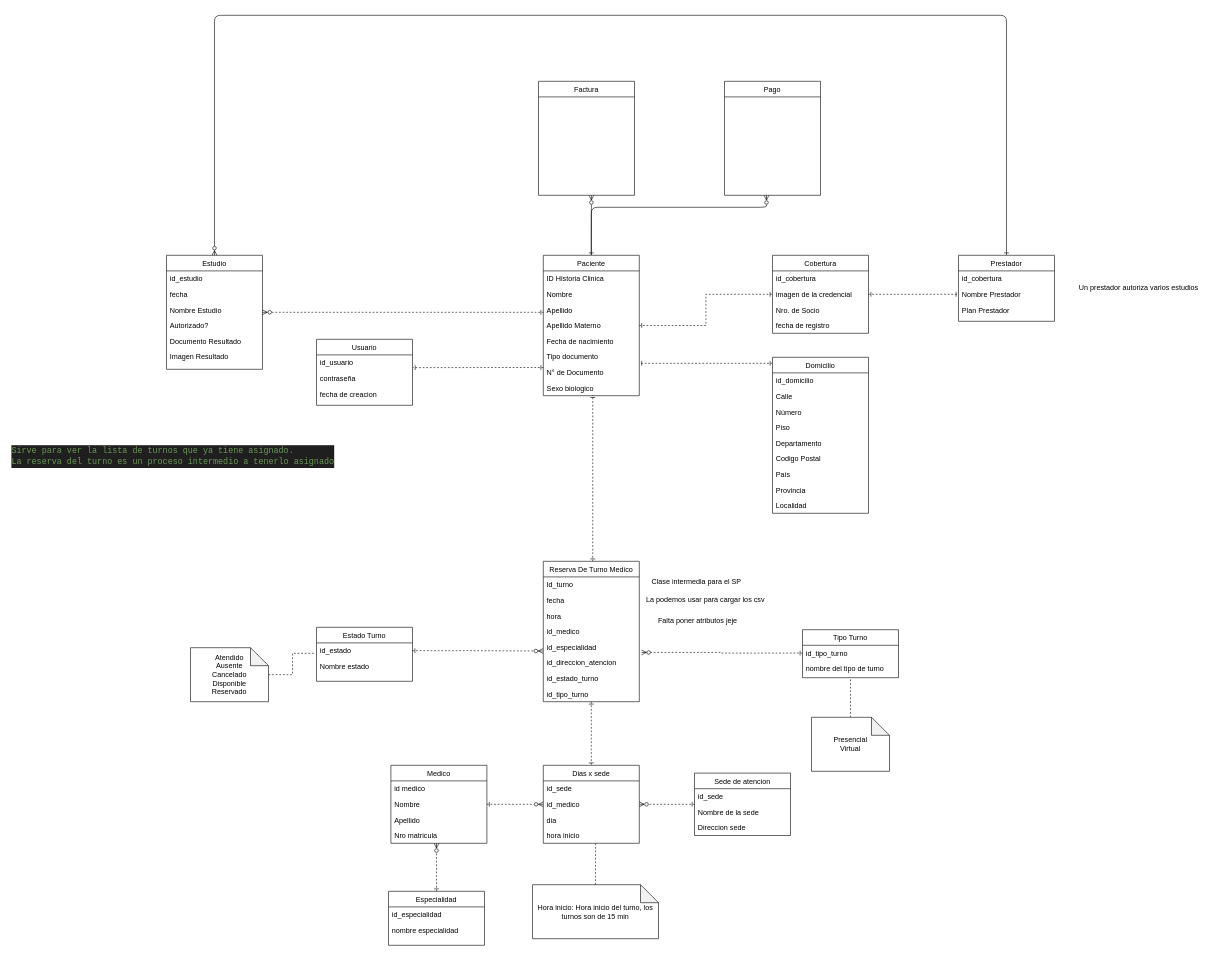
TomasFelice/ddbba-tp-integrador keeps this draw.io diagram as hospitalCureSAGrupo09.drawio. Above is the earlier version. Source tidied: cells renumbered, new cells numbered last; positions are measured from the earlier drawing's top-left corner, leaving out a move shared by most shapes. Both pictures are drawn from the tidied source at 60%, with x=0, y=0 at pixel (10, 15).
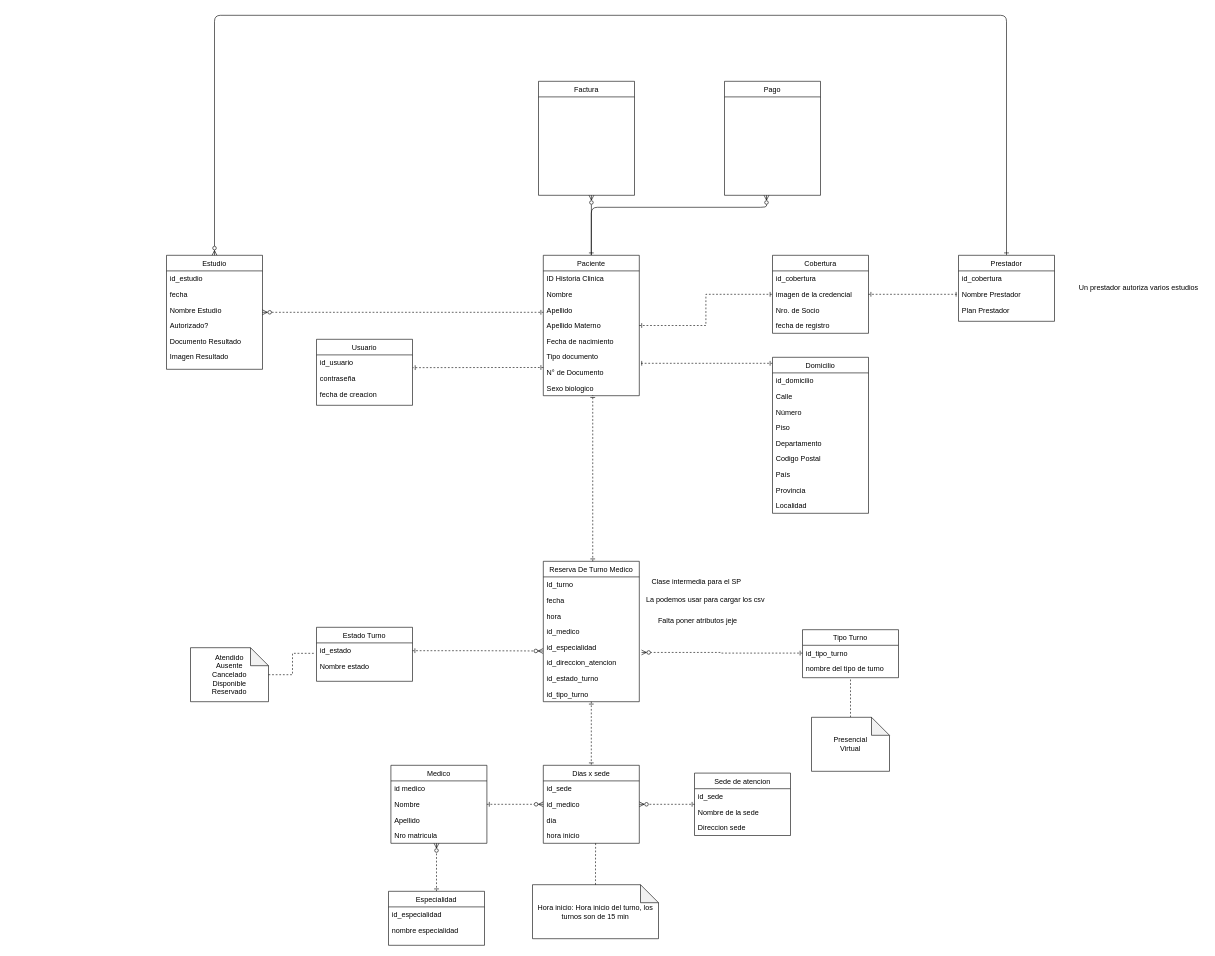
Above is the later version.

The edit, as a diff of the source:
```diff
@@
-    <mxCell id="97" value="&lt;div style=&quot;color: #cccccc;background-color: #1f1f1f;font-family: Consolas, 'Courier New', monospace;font-weight: normal;font-size: 14px;line-height: 19px;white-space: pre;&quot;&gt;&lt;div&gt;&lt;span style=&quot;color: #6a9955;&quot;&gt;Sirve para ver la lista de turnos que ya tiene asignado.&lt;br/&gt;La reserva del turno es un proceso intermedio a tenerlo asignado&lt;/span&gt;&lt;/div&gt;&lt;/div&gt;" style="text;whiteSpace=wrap;html=1;" parent="1" vertex="1">
-      <mxGeometry y="710" width="560" height="40" as="geometry" />
-    </mxCell>
```
